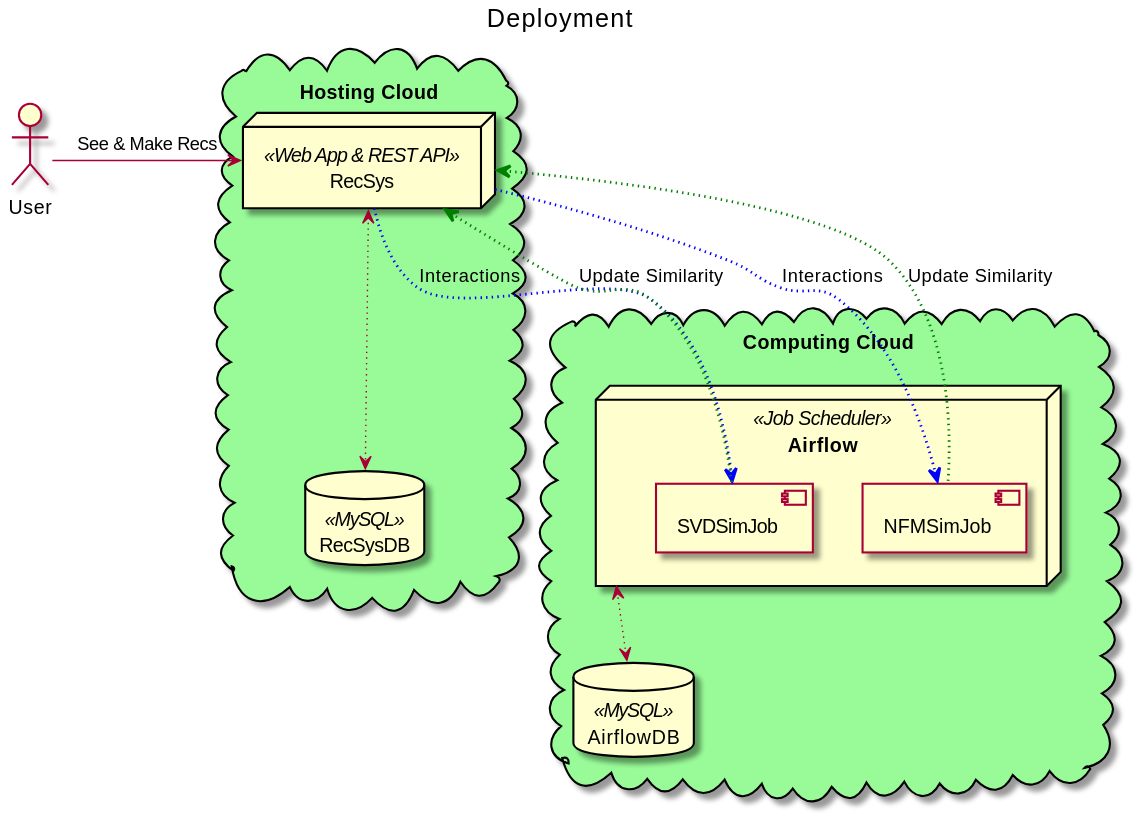
This is diagrams/deployment.svg from magistery-tps/rec-sys-client-lib, a PlantUML export, as it was before one commit.
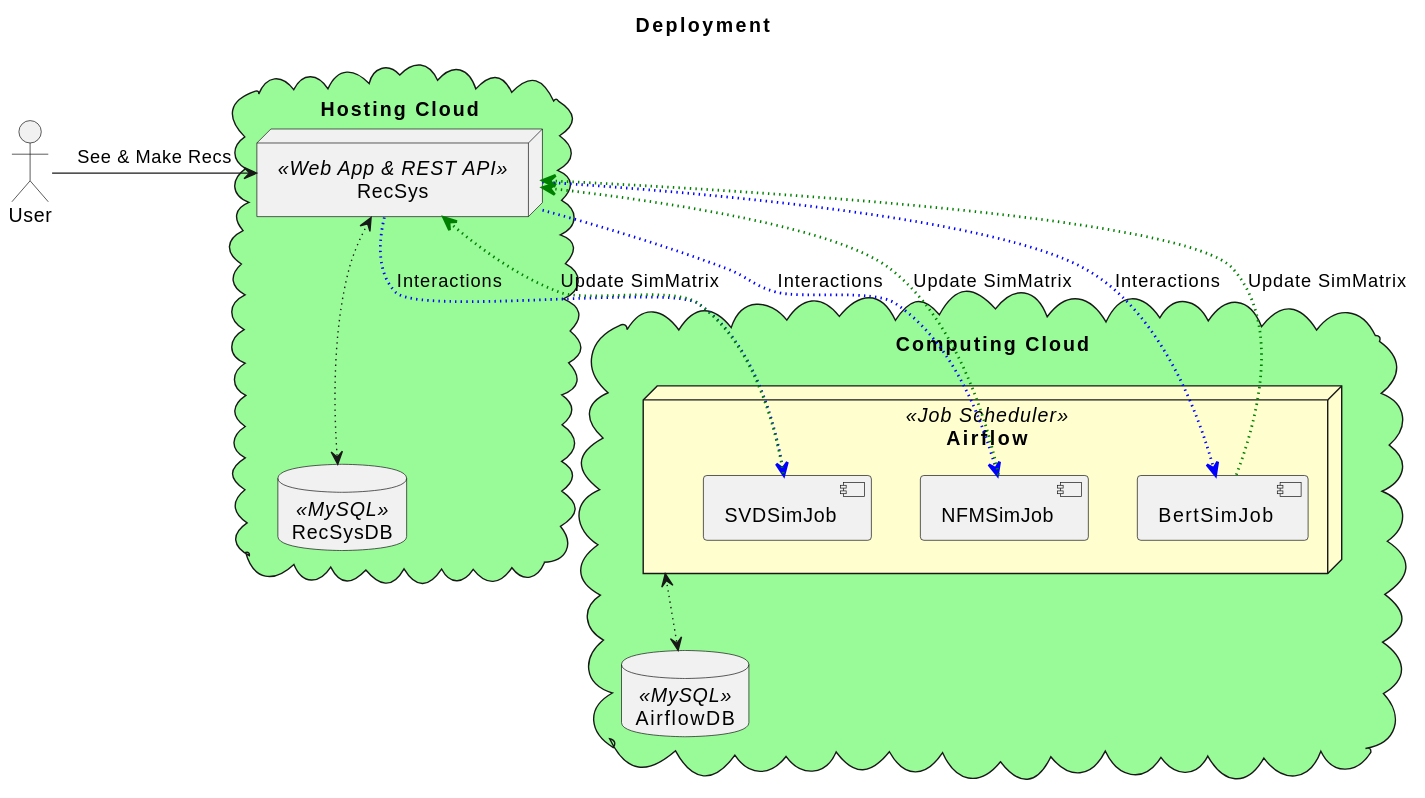
The same file after the commit.

Commit message:
feat: update deployment diagram

What changed in the source:
```diff
@@ -12,6 +12,7 @@
     node Airflow <<Job Scheduler>> #FEFECE {
         artifact [SVDSimJob]
         artifact [NFMSimJob]
+        artifact [BertSimJob]
     }
     database AirflowDB <<MySQL>>
 }
@@ -19,9 +20,14 @@
 
 User -r-> RecSys: See & Make Recs
 RecSys -[#blue,dotted,thickness=2]-> SVDSimJob: Interactions
-RecSys <-[#green,dotted,thickness=2]- SVDSimJob: Update Similarity
+RecSys <-[#green,dotted,thickness=2]- SVDSimJob: Update SimMatrix
 RecSys -[#blue,dotted,thickness=2]-> NFMSimJob: Interactions
-RecSys <-[#green,dotted,thickness=2]- NFMSimJob: Update Similarity
+RecSys <-[#green,dotted,thickness=2]- NFMSimJob: Update SimMatrix
+
+
+RecSys -[#blue,dotted,thickness=2]-> BertSimJob: Interactions
+RecSys <-[#green,dotted,thickness=2]- BertSimJob: Update SimMatrix
+
 
 RecSys <-[dotted,thickness=1]-> RecSysDB
 Airflow <-[dotted,thickness=1]-> AirflowDB
```
